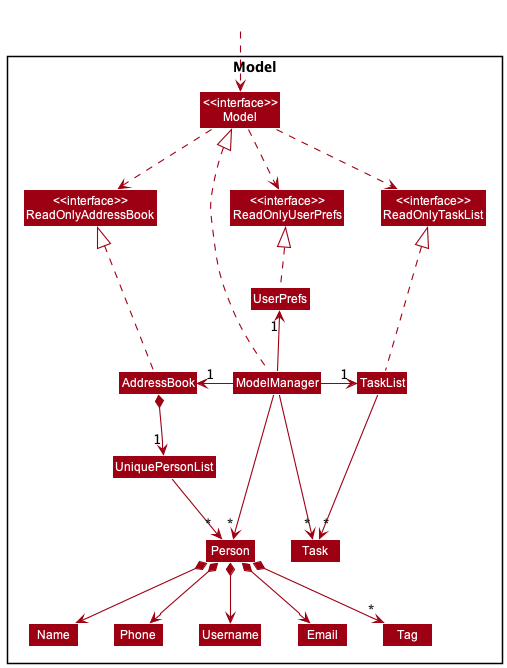
Above: docs/images/ModelClassDiagram.png in snss231/tp (PlantUML), before the change. Source of this version:
```plantuml
@startuml
!include style.puml
skinparam arrowThickness 1.1
skinparam arrowColor MODEL_COLOR
skinparam classBackgroundColor MODEL_COLOR

Package Model <<Rectangle>>{
Class "<<interface>>\nReadOnlyAddressBook" as ReadOnlyAddressBook
Class "<<interface>>\nReadOnlyUserPrefs" as ReadOnlyUserPrefs
Class "<<interface>>\nReadOnlyTaskList" as ReadOnlyTaskList
Class "<<interface>>\nModel" as Model
Class AddressBook
Class ModelManager
Class UserPrefs
Class TaskList
Class Task

Class UniquePersonList
Class Person
Class Username
Class Email
Class Name
Class Phone
Class Tag

}

Class HiddenOutside #FFFFFF
HiddenOutside ..> Model

AddressBook .up..|> ReadOnlyAddressBook
TaskList .up..|> ReadOnlyTaskList

ModelManager .up.|> Model
Model .down.> ReadOnlyUserPrefs
Model .down.> ReadOnlyAddressBook
Model .down.> ReadOnlyTaskList
ModelManager -left-> "1" AddressBook
ModelManager -up-> "1" UserPrefs
ModelManager -right-> "1" TaskList
UserPrefs .up.|> ReadOnlyUserPrefs

TaskList --> "~* " Task

AddressBook *--> "1" UniquePersonList
UniquePersonList --> "~* " Person
Person *--> Name
Person *--> Phone
Person *--> Email
Person *--> Username
Person *--> "*" Tag

Name -[hidden]right-> Phone
Task -[hidden]left-----> Person

ModelManager -->"~*" Person
ModelManager -->"~*" Task
@enduml
```
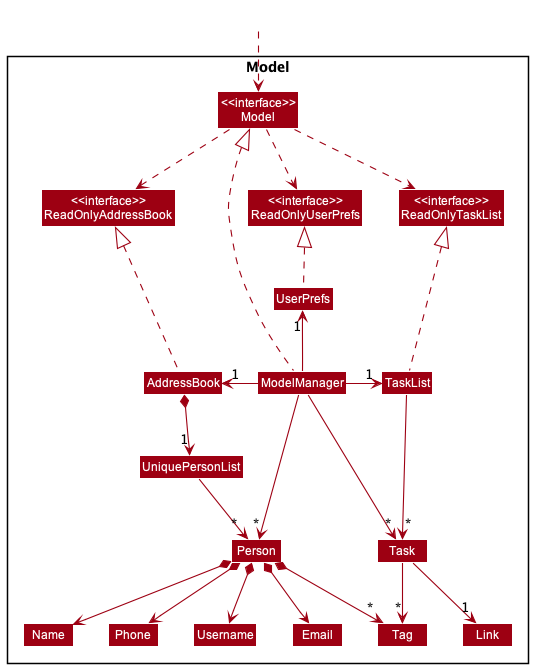
Later version of the same file.

The edit, as a diff of the source:
```diff
@@ -22,6 +22,7 @@
 Class Name
 Class Phone
 Class Tag
+Class Link
 
 }
 
@@ -50,8 +51,12 @@
 Person *--> Username
 Person *--> "*" Tag
 
+Task -> "*" Tag
+Task -down-> "1" Link
+
 Name -[hidden]right-> Phone
 Task -[hidden]left-----> Person
+
 
 ModelManager -->"~*" Person
 ModelManager -->"~*" Task
```
